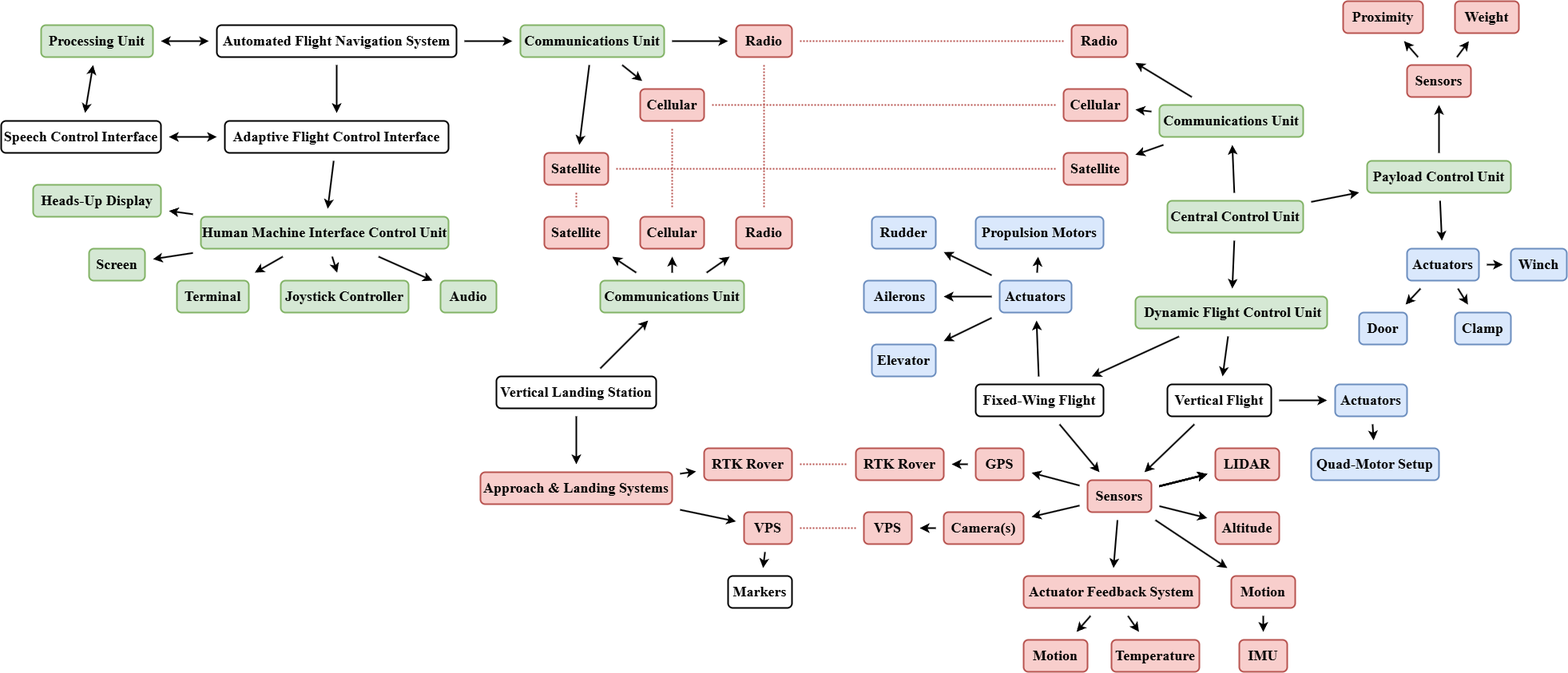
The draw.io diagram docs/submitted-proposal/resources/system-architecture.drawio.png in Tolly-Zhang/FH-Capstone-2025, before a commit. Source tidied: cells renumbered, new cells last; positions are measured from the earlier drawing's top-left corner, leaving out a move shared by most shapes.
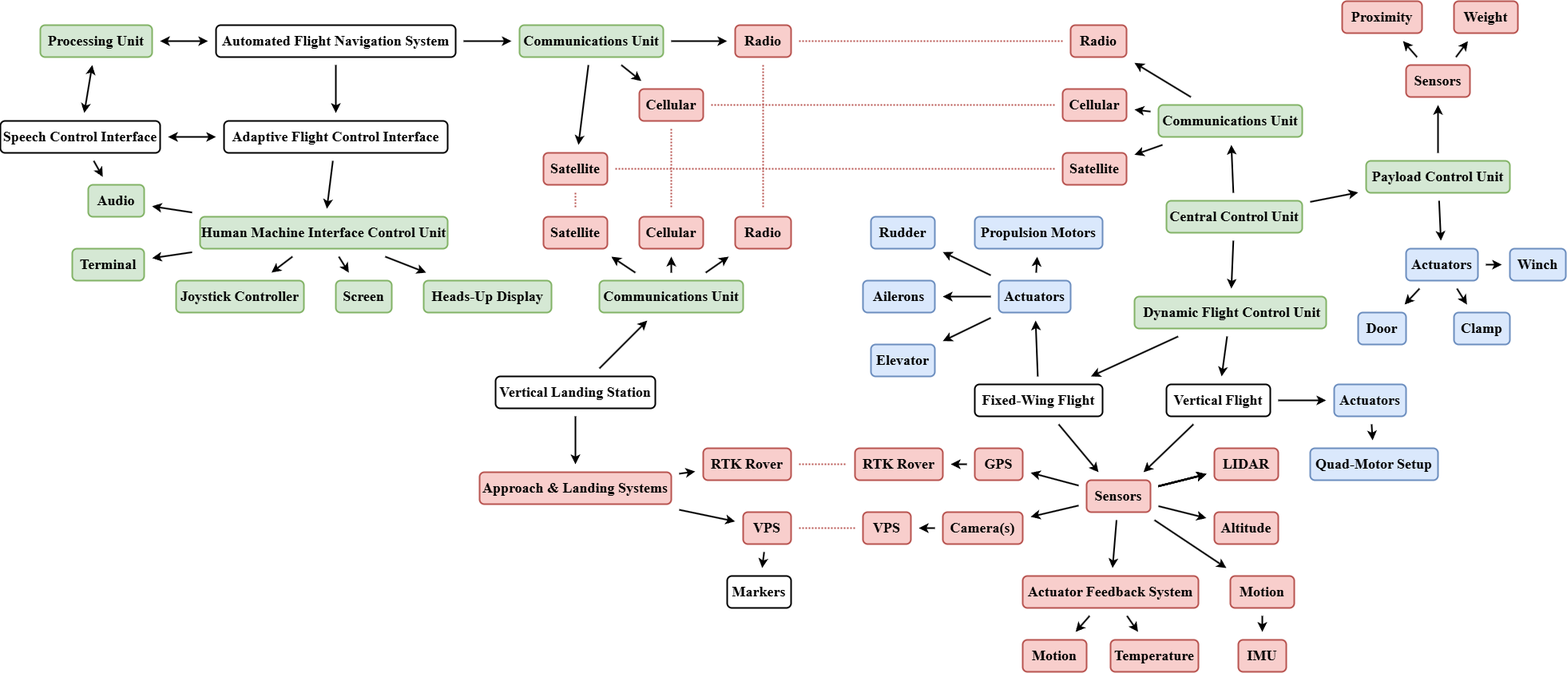
The same file after the commit.

Change to the diagram source:
```diff
@@ -278,6 +278,9 @@
     <mxCell id="93" style="edgeStyle=none;shape=connector;rounded=0;jettySize=auto;html=1;strokeColor=default;strokeWidth=2;align=center;verticalAlign=middle;fontFamily=Helvetica;fontSize=11;fontColor=default;labelBackgroundColor=default;startArrow=classic;startFill=1;endArrow=classic;sourcePerimeterSpacing=10;targetPerimeterSpacing=10;" parent="1" edge="1" source="94" target="89">
       <mxGeometry relative="1" as="geometry" />
     </mxCell>
+    <mxCell id="129" style="edgeStyle=none;shape=connector;rounded=0;jettySize=auto;html=1;strokeColor=default;strokeWidth=2;align=center;verticalAlign=middle;fontFamily=Helvetica;fontSize=11;fontColor=default;labelBackgroundColor=default;startArrow=none;startFill=0;endArrow=classic;sourcePerimeterSpacing=10;targetPerimeterSpacing=10;" parent="1" edge="1" source="94" target="103">
+      <mxGeometry relative="1" as="geometry" />
+    </mxCell>
     <mxCell id="94" value="Speech Control Interface" style="rounded=1;whiteSpace=wrap;html=1;glass=0;shadow=0;fontFamily=Times New Roman;perimeterSpacing=0;strokeWidth=2;fontSize=18;fontStyle=1;" parent="1" vertex="1">
       <mxGeometry y="150" width="200" height="40" as="geometry" />
     </mxCell>
@@ -300,19 +303,19 @@
       <mxGeometry x="250" y="270" width="310" height="40" as="geometry" />
     </mxCell>
     <mxCell id="101" value="Terminal" style="rounded=1;whiteSpace=wrap;html=1;glass=0;shadow=0;fontFamily=Times New Roman;perimeterSpacing=0;strokeWidth=2;fontSize=18;fontStyle=1;fillColor=#d5e8d4;strokeColor=#82b366;" parent="1" vertex="1">
-      <mxGeometry x="220" y="350" width="90" height="40" as="geometry" />
+      <mxGeometry x="90" y="310" width="90" height="40" as="geometry" />
     </mxCell>
     <mxCell id="102" value="Joystick Controller" style="rounded=1;whiteSpace=wrap;html=1;glass=0;shadow=0;fontFamily=Times New Roman;perimeterSpacing=0;strokeWidth=2;fontSize=18;fontStyle=1;fillColor=#d5e8d4;strokeColor=#82b366;" parent="1" vertex="1">
-      <mxGeometry x="350" y="350" width="160" height="40" as="geometry" />
+      <mxGeometry x="220" y="350" width="160" height="40" as="geometry" />
     </mxCell>
     <mxCell id="103" value="Audio" style="rounded=1;whiteSpace=wrap;html=1;glass=0;shadow=0;fontFamily=Times New Roman;perimeterSpacing=0;strokeWidth=2;fontSize=18;fontStyle=1;fillColor=#d5e8d4;strokeColor=#82b366;" parent="1" vertex="1">
-      <mxGeometry x="550" y="350" width="70" height="40" as="geometry" />
+      <mxGeometry x="110" y="230" width="70" height="40" as="geometry" />
     </mxCell>
     <mxCell id="104" value="Screen" style="rounded=1;whiteSpace=wrap;html=1;glass=0;shadow=0;fontFamily=Times New Roman;perimeterSpacing=0;strokeWidth=2;fontSize=18;fontStyle=1;fillColor=#d5e8d4;strokeColor=#82b366;" parent="1" vertex="1">
-      <mxGeometry x="110" y="310" width="70" height="40" as="geometry" />
+      <mxGeometry x="420" y="350" width="70" height="40" as="geometry" />
     </mxCell>
     <mxCell id="105" value="Heads-Up Display" style="rounded=1;whiteSpace=wrap;html=1;glass=0;shadow=0;fontFamily=Times New Roman;perimeterSpacing=0;strokeWidth=2;fontSize=18;fontStyle=1;fillColor=#d5e8d4;strokeColor=#82b366;" parent="1" vertex="1">
-      <mxGeometry x="40" y="230" width="160" height="40" as="geometry" />
+      <mxGeometry x="530" y="350" width="160" height="40" as="geometry" />
     </mxCell>
     <mxCell id="106" style="edgeStyle=none;shape=connector;rounded=0;jettySize=auto;html=1;strokeColor=default;strokeWidth=2;align=center;verticalAlign=middle;fontFamily=Helvetica;fontSize=11;fontColor=default;labelBackgroundColor=default;startArrow=none;startFill=0;endArrow=classic;sourcePerimeterSpacing=10;targetPerimeterSpacing=10;" parent="1" edge="1" source="108" target="112">
       <mxGeometry relative="1" as="geometry" />
```
